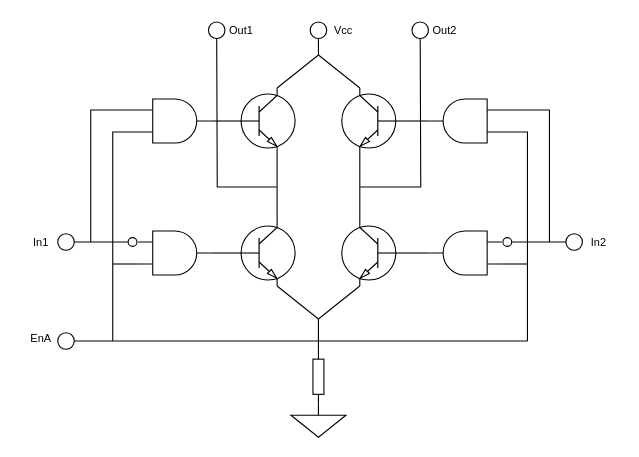
The draw.io diagram doc/other-files/motor_full_bridge.drawio in xonder05/ROS2_For_Adeept_AWR, before the edit. Source tidied: cells renumbered, new cells numbered last; positions are measured from the earlier drawing's top-left corner, leaving out a move shared by most shapes. Both pictures are drawn from the tidied source at 110%, with x=0, y=0 at pixel (24, 19).
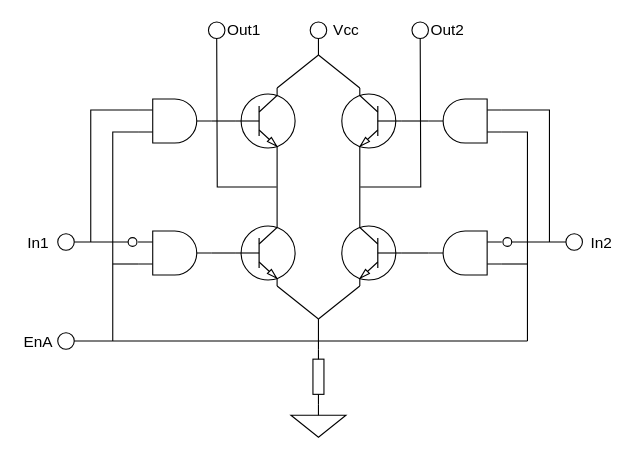
After the change.

Change to the diagram source:
```diff
@@
-    <mxCell id="10" value="In1" style="text;html=1;strokeColor=none;fillColor=none;align=center;verticalAlign=middle;whiteSpace=wrap;rounded=0;fontSize=10;" parent="1" vertex="1">
-      <mxGeometry y="192.5" width="30" height="20" as="geometry" />
+    <mxCell id="10" value="In1" style="text;html=1;strokeColor=none;fillColor=none;align=center;verticalAlign=middle;whiteSpace=wrap;rounded=0;fontSize=14;" parent="1" vertex="1">
+      <mxGeometry x="-5" y="192.5" width="35" height="20" as="geometry" />
     </mxCell>
-    <mxCell id="11" value="EnA" style="text;html=1;strokeColor=none;fillColor=none;align=center;verticalAlign=middle;whiteSpace=wrap;rounded=0;fontSize=10;" parent="1" vertex="1">
-      <mxGeometry y="280" width="30" height="20" as="geometry" />
+    <mxCell id="11" value="&lt;font style=&quot;font-size: 14px;&quot;&gt;EnA&lt;/font&gt;" style="text;html=1;strokeColor=none;fillColor=none;align=center;verticalAlign=middle;whiteSpace=wrap;rounded=0;fontSize=14;" parent="1" vertex="1">
+      <mxGeometry x="-5" y="282.5" width="35" height="20" as="geometry" />
     </mxCell>
-    <mxCell id="12" value="In2" style="text;html=1;strokeColor=none;fillColor=none;align=center;verticalAlign=middle;whiteSpace=wrap;rounded=0;fontSize=10;" parent="1" vertex="1">
-      <mxGeometry x="507" y="192.5" width="30" height="20" as="geometry" />
+    <mxCell id="12" value="In2" style="text;html=1;strokeColor=none;fillColor=none;align=center;verticalAlign=middle;whiteSpace=wrap;rounded=0;fontSize=14;" parent="1" vertex="1">
+      <mxGeometry x="507" y="192.5" width="35" height="20" as="geometry" />
     </mxCell>
@@
-    <mxCell id="43" value="Vcc" style="text;html=1;strokeColor=none;fillColor=none;align=center;verticalAlign=middle;whiteSpace=wrap;rounded=0;fontSize=10;" parent="1" vertex="1">
-      <mxGeometry x="274.5" width="30" height="20" as="geometry" />
+    <mxCell id="43" value="Vcc" style="text;html=1;strokeColor=none;fillColor=none;align=center;verticalAlign=middle;whiteSpace=wrap;rounded=0;fontSize=14;" parent="1" vertex="1">
+      <mxGeometry x="274.5" width="35" height="20" as="geometry" />
     </mxCell>
@@
-    <mxCell id="45" value="Out1" style="text;html=1;strokeColor=none;fillColor=none;align=center;verticalAlign=middle;whiteSpace=wrap;rounded=0;fontSize=10;" parent="1" vertex="1">
-      <mxGeometry x="182" width="30" height="20" as="geometry" />
+    <mxCell id="45" value="Out1" style="text;html=1;strokeColor=none;fillColor=none;align=center;verticalAlign=middle;whiteSpace=wrap;rounded=0;fontSize=14;" parent="1" vertex="1">
+      <mxGeometry x="182" width="35" height="20" as="geometry" />
     </mxCell>
@@
-    <mxCell id="47" value="Out2" style="text;html=1;strokeColor=none;fillColor=none;align=center;verticalAlign=middle;whiteSpace=wrap;rounded=0;fontSize=10;" parent="1" vertex="1">
-      <mxGeometry x="367" width="30" height="20" as="geometry" />
+    <mxCell id="47" value="Out2" style="text;html=1;strokeColor=none;fillColor=none;align=center;verticalAlign=middle;whiteSpace=wrap;rounded=0;fontSize=14;" parent="1" vertex="1">
+      <mxGeometry x="367" width="35" height="20" as="geometry" />
     </mxCell>
```
